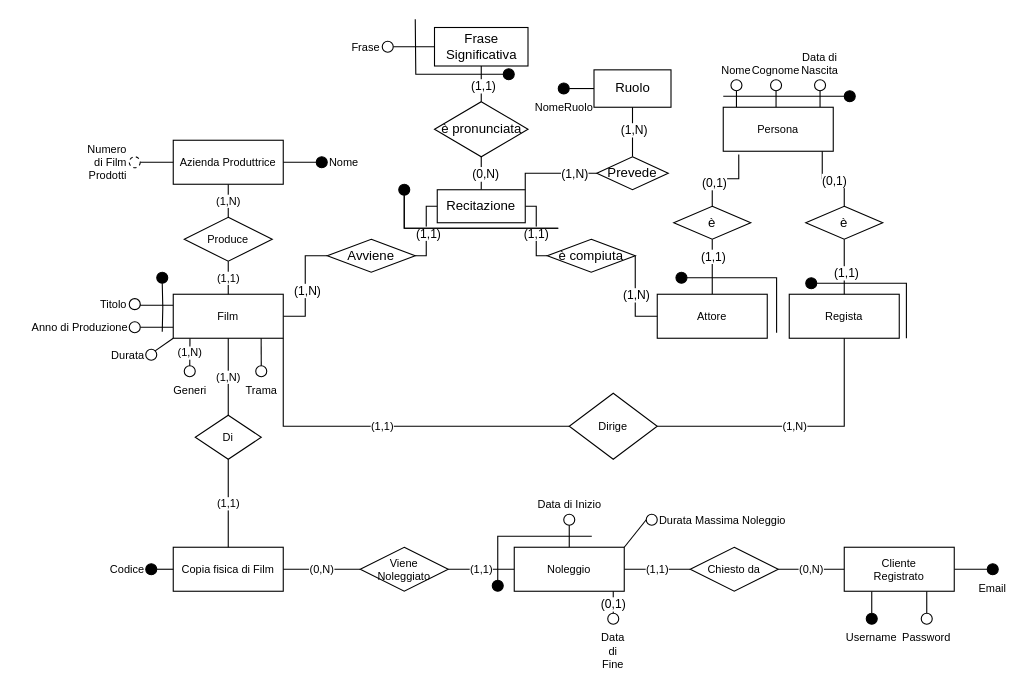
Earlier version of the draw.io diagram page "ER-Ristrutturato" (3 of 3) of ER.drawio (lazylace37/uni_basi_di_dati_lab). Source tidied: cells renumbered, new cells numbered last; positions are measured from the earlier drawing's top-left corner, leaving out a move shared by most shapes. Both pictures are drawn from the tidied source at 110%, with x=0, y=0 at pixel (129, 19).
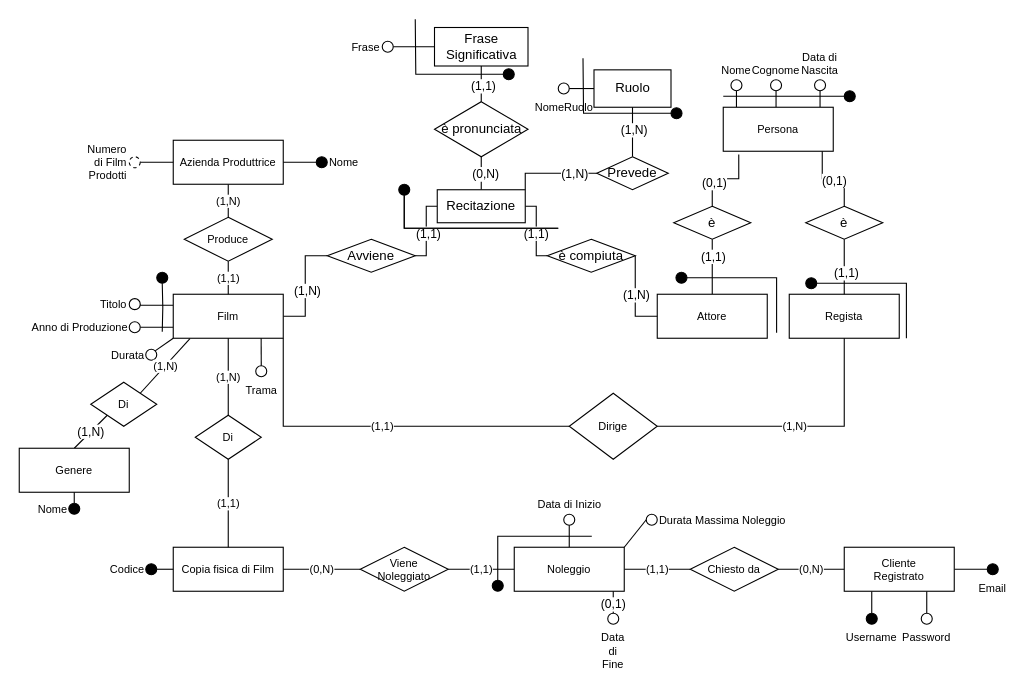
Above is the later version.

Unchanged cells that the change refers to:
```xml
<mxCell id="7" value="Film" style="whiteSpace=wrap;html=1;align=center;fontSize=10;" parent="1" vertex="1">
  <mxGeometry x="40" y="250" width="100" height="40" as="geometry" />
</mxCell>
```

The edit, as a diff of the source:
```diff
@@
-    <mxCell id="55" value="Generi" style="ellipse;html=1;align=center;labelPosition=center;verticalLabelPosition=bottom;verticalAlign=top;fillColor=default;fontSize=10;" parent="1" vertex="1">
-      <mxGeometry x="50" y="315" width="10" height="10" as="geometry" />
-    </mxCell>
-    <mxCell id="56" value="(1,N)" style="edgeStyle=none;shape=connector;rounded=0;jettySize=auto;html=1;entryX=0.152;entryY=1.007;entryDx=0;entryDy=0;entryPerimeter=0;strokeColor=default;align=center;verticalAlign=middle;fontFamily=Helvetica;fontSize=10;fontColor=default;labelBackgroundColor=default;endArrow=none;endFill=0;" parent="1" edge="1" source="55" target="7">
+    <mxCell id="56" value="(1,N)" style="edgeStyle=none;shape=connector;rounded=0;jettySize=auto;html=1;entryX=0.152;entryY=1.007;entryDx=0;entryDy=0;entryPerimeter=0;strokeColor=default;align=center;verticalAlign=middle;fontFamily=Helvetica;fontSize=10;fontColor=default;labelBackgroundColor=default;endArrow=none;endFill=0;exitX=1;exitY=0;exitDx=0;exitDy=0;" parent="1" edge="1" source="118" target="7">
       <mxGeometry relative="1" as="geometry" />
     </mxCell>
@@
-    <mxCell id="89" value="NomeRuolo" style="ellipse;html=1;align=center;labelPosition=center;verticalLabelPosition=bottom;verticalAlign=top;fillColor=#000000;fontSize=10;" parent="1" vertex="1">
+    <mxCell id="89" value="NomeRuolo" style="ellipse;html=1;align=center;labelPosition=center;verticalLabelPosition=bottom;verticalAlign=top;fillColor=none;fontSize=10;" parent="1" vertex="1">
       <mxGeometry x="390" y="58" width="10" height="10" as="geometry" />
     </mxCell>
@@
+    <mxCell id="114" style="endArrow=none;html=1;rounded=0;edgeStyle=orthogonalEdgeStyle;exitX=0;exitY=0.5;exitDx=0;exitDy=0;" parent="1" edge="1" source="115">
+      <mxGeometry relative="1" as="geometry">
+        <mxPoint x="412.5" y="35.5" as="targetPoint" />
+      </mxGeometry>
+    </mxCell>
+    <mxCell id="115" style="ellipse;whiteSpace=wrap;html=1;align=left;labelPosition=right;verticalLabelPosition=middle;verticalAlign=middle;fillColor=#000000;fontSize=10;" parent="1" vertex="1">
+      <mxGeometry x="492.5" y="80.5" width="10" height="10" as="geometry" />
+    </mxCell>
+    <mxCell id="116" value="(1,N)" style="rounded=0;jettySize=auto;html=1;exitX=0.5;exitY=0;exitDx=0;exitDy=0;entryX=0;entryY=1;entryDx=0;entryDy=0;endArrow=none;endFill=0;" parent="1" edge="1" source="117" target="118">
+      <mxGeometry relative="1" as="geometry" />
+    </mxCell>
+    <mxCell id="117" value="Genere" style="whiteSpace=wrap;html=1;align=center;fontSize=10;" parent="1" vertex="1">
+      <mxGeometry x="-100" y="390" width="100" height="40" as="geometry" />
+    </mxCell>
+    <mxCell id="118" value="Di" style="shape=rhombus;perimeter=rhombusPerimeter;whiteSpace=wrap;html=1;align=center;fontSize=10;" parent="1" vertex="1">
+      <mxGeometry x="-35" y="330" width="60" height="40" as="geometry" />
+    </mxCell>
+    <mxCell id="119" style="edgeStyle=none;shape=connector;rounded=0;jettySize=auto;html=1;entryX=0.5;entryY=1;entryDx=0;entryDy=0;strokeColor=default;align=center;verticalAlign=middle;fontFamily=Helvetica;fontSize=11;fontColor=default;labelBackgroundColor=default;endArrow=none;endFill=0;" parent="1" edge="1" source="120" target="117">
+      <mxGeometry relative="1" as="geometry" />
+    </mxCell>
+    <mxCell id="120" value="Nome" style="ellipse;html=1;align=right;labelPosition=left;verticalLabelPosition=middle;verticalAlign=middle;fillColor=#000000;fontSize=10;gradientColor=none;" parent="1" vertex="1">
+      <mxGeometry x="-55" y="440" width="10" height="10" as="geometry" />
+    </mxCell>
```
